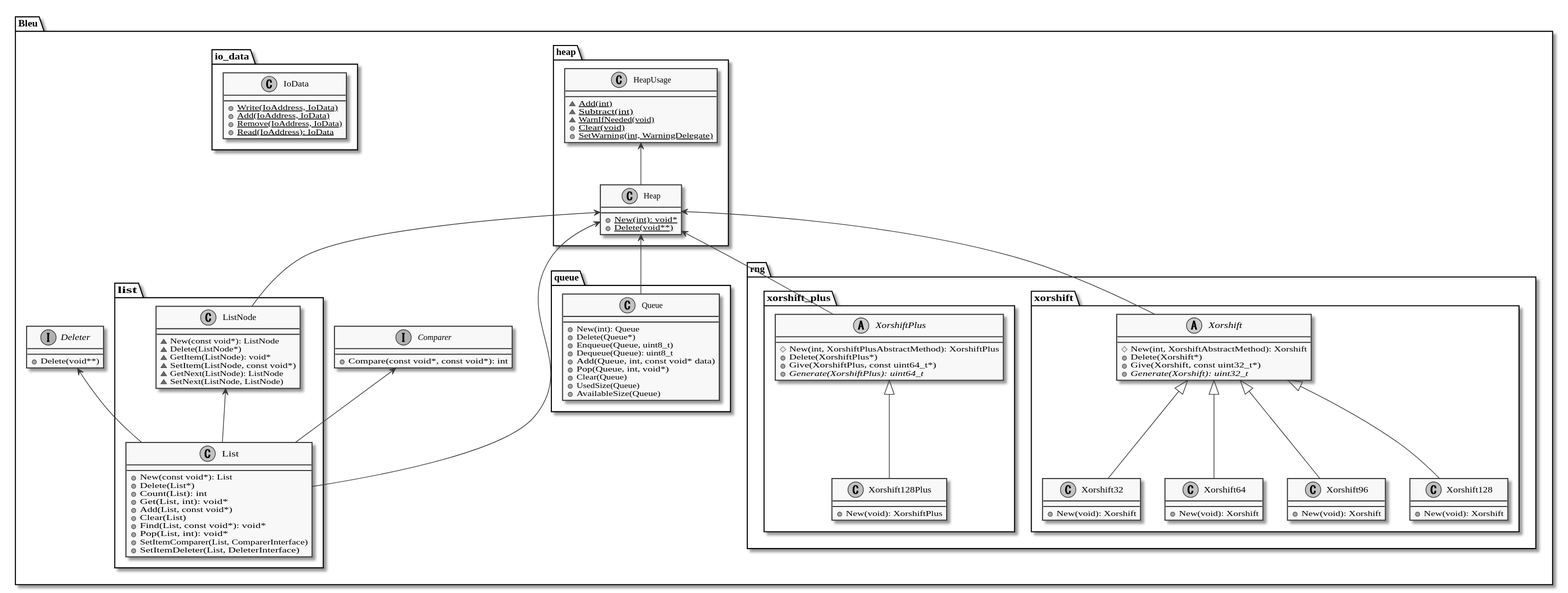
Before: doc/class_diagram.svg, a diagram exported from PlantUML (kokabe2/bleu).
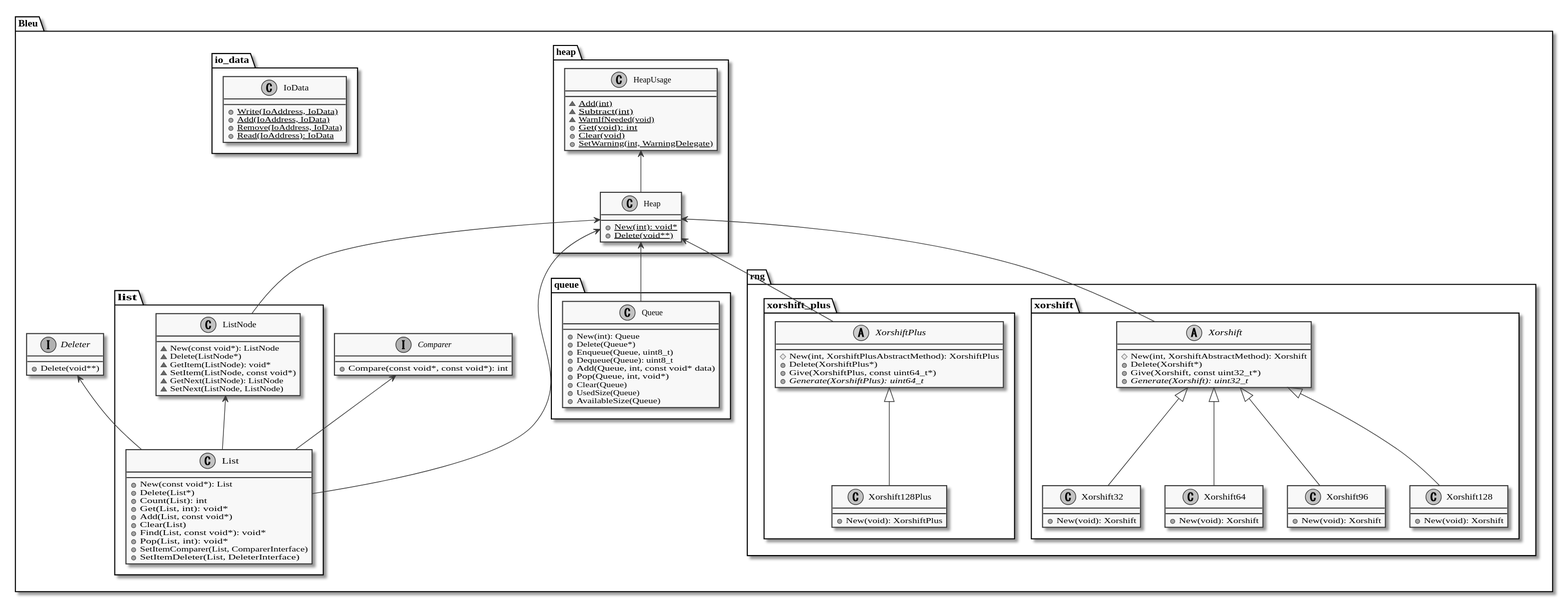
Above is the later version.

Diff of the diagram source:
```diff
@@ -1,4 +1,4 @@
-@startuml class diagram
+@startuml class_diagram
 skinparam {
     defaultFontName Ricty Diminished
     monochrome true
@@ -14,6 +14,7 @@
             ~ {static} Add(int)
             ~ {static} Subtract(int)
             ~ {static} WarnIfNeeded(void)
+            + {static} Get(void): int
             + {static} Clear(void)
             + {static} SetWarning(int, WarningDelegate)
         }
```
